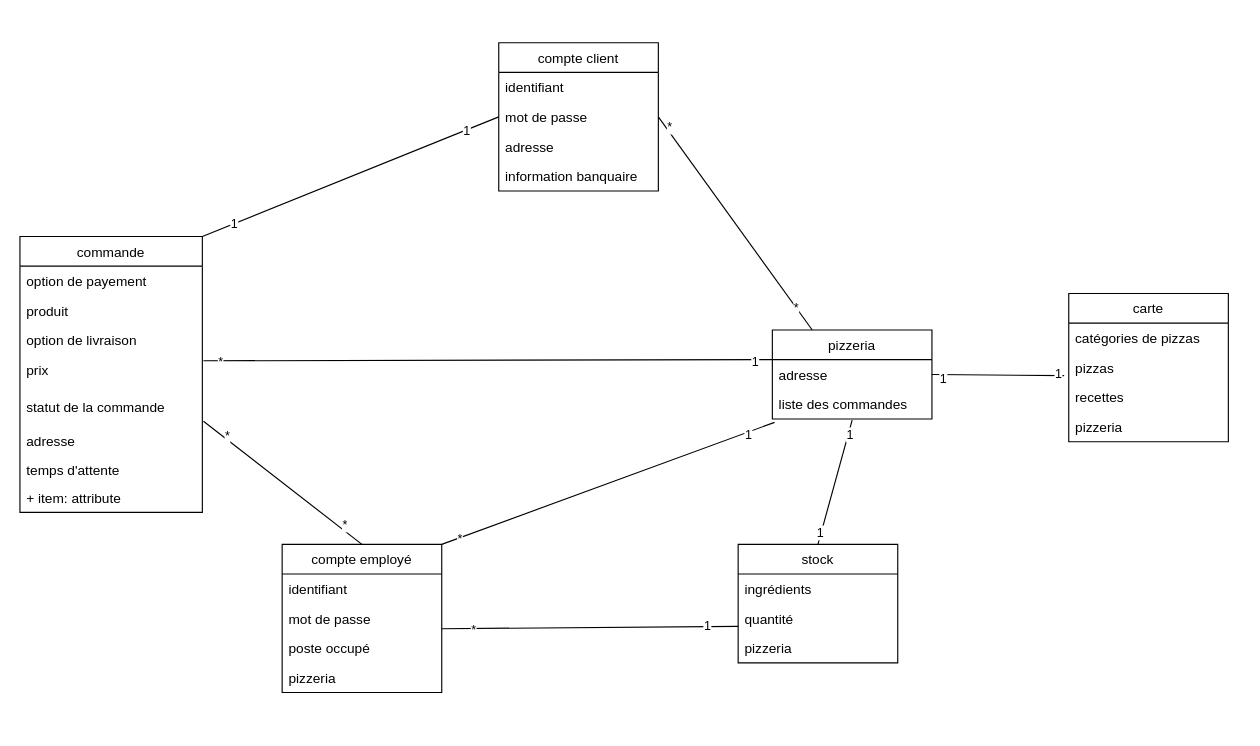
Above: page "diagramme de classe" (8 of 13) of diagrammes réunis.drawio in robindauteuil/Diagramme_UML (draw.io), before the change. Source tidied: cells renumbered, new cells numbered last; positions are measured from the earlier drawing's top-left corner, leaving out a move shared by most shapes. Both pictures are drawn from the tidied source at 114%, with x=0, y=0 at pixel (19, 42).
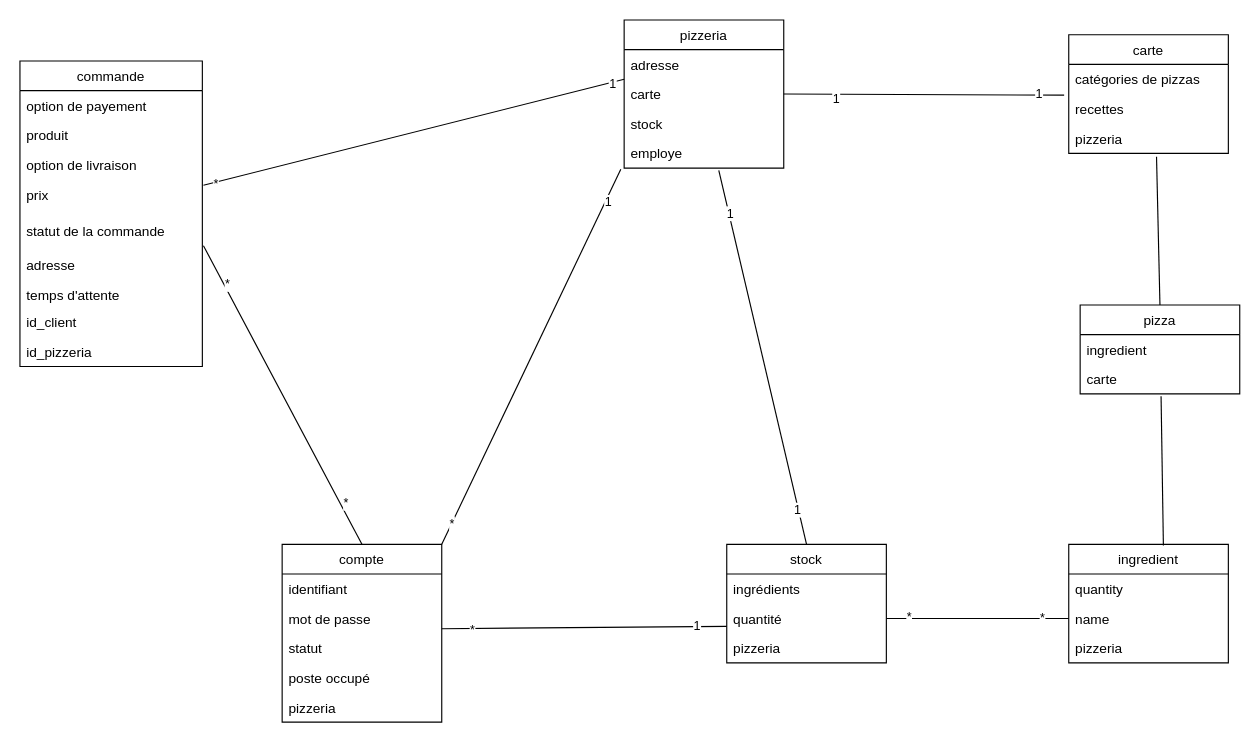
The same diagram, later.

Unchanged cells that the change refers to:
```xml
<mxCell id="26" value="quantité" style="text;strokeColor=none;fillColor=none;align=left;verticalAlign=top;spacingLeft=4;spacingRight=4;overflow=hidden;points=[[0,0.5],[1,0.5]];portConstraint=eastwest;" parent="24" vertex="1">
  <mxGeometry y="52" width="140" height="26" as="geometry" />
</mxCell>
```

What changed in the source:
```diff
@@
     <mxCell id="2" value="commande" style="swimlane;fontStyle=0;horizontal=1;startSize=26;fillColor=none;" parent="1" vertex="1">
-      <mxGeometry y="170" width="160" height="242" as="geometry" />
+      <mxGeometry y="16" width="160" height="268" as="geometry" />
     </mxCell>
@@
-    <mxCell id="10" value="+ item: attribute" style="text;strokeColor=none;fillColor=none;align=left;verticalAlign=top;spacingLeft=4;spacingRight=4;overflow=hidden;" parent="2" vertex="1">
+    <mxCell id="10" value="id_client" style="text;strokeColor=none;fillColor=none;align=left;verticalAlign=top;spacingLeft=4;spacingRight=4;overflow=hidden;" parent="2" vertex="1">
       <mxGeometry y="216" width="160" height="26" as="geometry" />
     </mxCell>
-    <mxCell id="11" value="compte client" style="swimlane;fontStyle=0;horizontal=1;startSize=26;fillColor=none;" parent="1" vertex="1">
-      <mxGeometry x="420" width="140" height="130" as="geometry" />
-    </mxCell>
-    <mxCell id="12" value="identifiant" style="text;strokeColor=none;fillColor=none;align=left;verticalAlign=top;spacingLeft=4;spacingRight=4;overflow=hidden;" parent="11" vertex="1">
-      <mxGeometry y="26" width="140" height="26" as="geometry" />
-    </mxCell>
-    <mxCell id="13" value="mot de passe " style="text;strokeColor=none;fillColor=none;align=left;verticalAlign=top;spacingLeft=4;spacingRight=4;overflow=hidden;points=[[0,0.5],[1,0.5]];portConstraint=eastwest;" parent="11" vertex="1">
-      <mxGeometry y="52" width="140" height="26" as="geometry" />
-    </mxCell>
+    <mxCell id="56" value="id_pizzeria" style="text;strokeColor=none;fillColor=none;align=left;verticalAlign=top;spacingLeft=4;spacingRight=4;overflow=hidden;" parent="2" vertex="1">
+      <mxGeometry y="242" width="160" height="26" as="geometry" />
+    </mxCell>
+    <mxCell id="16" value="pizzeria" style="swimlane;fontStyle=0;horizontal=1;startSize=26;fillColor=none;" parent="1" vertex="1">
+      <mxGeometry x="530" y="-20" width="140" height="130" as="geometry" />
+    </mxCell>
-    <mxCell id="14" value="adresse" style="text;strokeColor=none;fillColor=none;align=left;verticalAlign=top;spacingLeft=4;spacingRight=4;overflow=hidden;" parent="11" vertex="1">
-      <mxGeometry y="78" width="140" height="26" as="geometry" />
+    <mxCell id="14" value="adresse" style="text;strokeColor=none;fillColor=none;align=left;verticalAlign=top;spacingLeft=4;spacingRight=4;overflow=hidden;" parent="16" vertex="1">
+      <mxGeometry y="26" width="140" height="26" as="geometry" />
     </mxCell>
-    <mxCell id="15" value="information banquaire" style="text;strokeColor=none;fillColor=none;align=left;verticalAlign=top;spacingLeft=4;spacingRight=4;overflow=hidden;" parent="11" vertex="1">
-      <mxGeometry y="104" width="140" height="26" as="geometry" />
-    </mxCell>
-    <mxCell id="16" value="pizzeria" style="swimlane;fontStyle=0;horizontal=1;startSize=26;fillColor=none;" parent="1" vertex="1">
-      <mxGeometry x="660" y="252" width="140" height="78" as="geometry" />
-    </mxCell>
-    <mxCell id="17" value="adresse" style="text;strokeColor=none;fillColor=none;align=left;verticalAlign=top;spacingLeft=4;spacingRight=4;overflow=hidden;points=[[0,0.5],[1,0.5]];portConstraint=eastwest;" parent="16" vertex="1">
-      <mxGeometry y="26" width="140" height="26" as="geometry" />
+    <mxCell id="17" value="carte" style="text;strokeColor=none;fillColor=none;align=left;verticalAlign=top;spacingLeft=4;spacingRight=4;overflow=hidden;points=[[0,0.5],[1,0.5]];portConstraint=eastwest;" parent="16" vertex="1">
+      <mxGeometry y="52" width="140" height="26" as="geometry" />
     </mxCell>
-    <mxCell id="18" value="liste des commandes" style="text;strokeColor=none;fillColor=none;align=left;verticalAlign=top;spacingLeft=4;spacingRight=4;overflow=hidden;points=[[0,0.5],[1,0.5]];portConstraint=eastwest;" parent="16" vertex="1">
-      <mxGeometry y="52" width="140" height="26" as="geometry" />
-    </mxCell>
+    <mxCell id="57" value="stock" style="text;strokeColor=none;fillColor=none;align=left;verticalAlign=top;spacingLeft=4;spacingRight=4;overflow=hidden;" parent="16" vertex="1">
+      <mxGeometry y="78" width="140" height="26" as="geometry" />
+    </mxCell>
+    <mxCell id="58" value="employe" style="text;strokeColor=none;fillColor=none;align=left;verticalAlign=top;spacingLeft=4;spacingRight=4;overflow=hidden;points=[[0,0.5],[1,0.5]];portConstraint=eastwest;" parent="16" vertex="1">
+      <mxGeometry y="104" width="140" height="26" as="geometry" />
+    </mxCell>
-    <mxCell id="19" value="compte employé" style="swimlane;fontStyle=0;horizontal=1;startSize=26;fillColor=none;" parent="1" vertex="1">
-      <mxGeometry x="230" y="440" width="140" height="130" as="geometry" />
+    <mxCell id="19" value="compte" style="swimlane;fontStyle=0;horizontal=1;startSize=26;fillColor=none;" parent="1" vertex="1">
+      <mxGeometry x="230" y="440" width="140" height="156" as="geometry" />
     </mxCell>
@@
+    <mxCell id="59" value="statut" style="text;strokeColor=none;fillColor=none;align=left;verticalAlign=top;spacingLeft=4;spacingRight=4;overflow=hidden;" parent="19" vertex="1">
+      <mxGeometry y="78" width="140" height="26" as="geometry" />
+    </mxCell>
     <mxCell id="22" value="poste occupé" style="text;strokeColor=none;fillColor=none;align=left;verticalAlign=top;spacingLeft=4;spacingRight=4;overflow=hidden;" parent="19" vertex="1">
-      <mxGeometry y="78" width="140" height="26" as="geometry" />
+      <mxGeometry y="104" width="140" height="26" as="geometry" />
     </mxCell>
     <mxCell id="23" value="pizzeria" style="text;strokeColor=none;fillColor=none;align=left;verticalAlign=top;spacingLeft=4;spacingRight=4;overflow=hidden;" parent="19" vertex="1">
-      <mxGeometry y="104" width="140" height="26" as="geometry" />
+      <mxGeometry y="130" width="140" height="26" as="geometry" />
     </mxCell>
     <mxCell id="24" value="stock" style="swimlane;fontStyle=0;horizontal=1;startSize=26;fillColor=none;" parent="1" vertex="1">
-      <mxGeometry x="630" y="440" width="140" height="104" as="geometry" />
+      <mxGeometry x="620" y="440" width="140" height="104" as="geometry" />
     </mxCell>
@@
-    <mxCell id="31" style="endArrow=none;html=1;exitX=0.5;exitY=0;exitDx=0;exitDy=0;entryX=0.5;entryY=1.038;entryDx=0;entryDy=0;entryPerimeter=0;" parent="1" edge="1" source="24" target="18">
+    <mxCell id="31" style="endArrow=none;html=1;exitX=0.5;exitY=0;exitDx=0;exitDy=0;entryX=0.593;entryY=1.077;entryDx=0;entryDy=0;entryPerimeter=0;" parent="1" edge="1" source="24" target="58">
       <mxGeometry relative="1" as="geometry" />
     </mxCell>
@@
-    <mxCell id="37" style="endArrow=none;html=1;exitX=0;exitY=0.5;exitDx=0;exitDy=0;entryX=1;entryY=0;entryDx=0;entryDy=0;" parent="1" edge="1" source="13" target="2">
-      <mxGeometry relative="1" as="geometry" />
-    </mxCell>
-    <mxCell id="38" value="1" style="edgeLabel;html=1;align=center;verticalAlign=middle;" parent="37" vertex="1">
-      <mxGeometry x="0.78" y="-1" relative="1" as="geometry">
-        <mxPoint y="1" as="offset" />
-      </mxGeometry>
-    </mxCell>
-    <mxCell id="39" value="1" style="edgeLabel;html=1;align=center;verticalAlign=middle;" parent="37" vertex="1">
-      <mxGeometry x="-0.78" relative="1" as="geometry" />
-    </mxCell>
-    <mxCell id="40" value="*" style="endArrow=none;html=1;entryX=1;entryY=0.5;entryDx=0;entryDy=0;exitX=0.25;exitY=0;exitDx=0;exitDy=0;" parent="1" edge="1" source="16" target="13">
-      <mxGeometry x="0.88" y="-3" relative="1" as="geometry" />
-    </mxCell>
-    <mxCell id="41" value="*" style="edgeLabel;html=1;align=center;verticalAlign=middle;" parent="40" vertex="1">
-      <mxGeometry x="-0.79" relative="1" as="geometry" />
-    </mxCell>
@@
-    <mxCell id="45" style="endArrow=none;html=1;exitX=1;exitY=0;exitDx=0;exitDy=0;entryX=0.014;entryY=1.115;entryDx=0;entryDy=0;entryPerimeter=0;" parent="1" edge="1" source="19" target="18">
+    <mxCell id="45" style="endArrow=none;html=1;exitX=1;exitY=0;exitDx=0;exitDy=0;entryX=-0.021;entryY=1.038;entryDx=0;entryDy=0;entryPerimeter=0;" parent="1" edge="1" source="19" target="58">
       <mxGeometry relative="1" as="geometry" />
     </mxCell>
@@
     <mxCell id="48" value="carte" style="swimlane;fontStyle=0;horizontal=1;startSize=26;fillColor=none;" parent="1" vertex="1">
-      <mxGeometry x="920" y="220" width="140" height="130" as="geometry" />
+      <mxGeometry x="920" y="-7" width="140" height="104" as="geometry" />
     </mxCell>
@@
-    <mxCell id="50" value="pizzas" style="text;strokeColor=none;fillColor=none;align=left;verticalAlign=top;spacingLeft=4;spacingRight=4;overflow=hidden;points=[[0,0.5],[1,0.5]];portConstraint=eastwest;" parent="48" vertex="1">
-      <mxGeometry y="52" width="140" height="26" as="geometry" />
-    </mxCell>
     <mxCell id="51" value="recettes" style="text;strokeColor=none;fillColor=none;align=left;verticalAlign=top;spacingLeft=4;spacingRight=4;overflow=hidden;points=[[0,0.5],[1,0.5]];portConstraint=eastwest;" parent="48" vertex="1">
-      <mxGeometry y="78" width="140" height="26" as="geometry" />
+      <mxGeometry y="52" width="140" height="26" as="geometry" />
     </mxCell>
     <mxCell id="52" value="pizzeria" style="text;strokeColor=none;fillColor=none;align=left;verticalAlign=top;spacingLeft=4;spacingRight=4;overflow=hidden;points=[[0,0.5],[1,0.5]];portConstraint=eastwest;" parent="48" vertex="1">
-      <mxGeometry y="104" width="140" height="26" as="geometry" />
+      <mxGeometry y="78" width="140" height="26" as="geometry" />
     </mxCell>
-    <mxCell id="53" style="endArrow=none;html=1;rounded=0;entryX=-0.029;entryY=0.769;entryDx=0;entryDy=0;entryPerimeter=0;exitX=1;exitY=0.5;exitDx=0;exitDy=0;" parent="1" edge="1" source="16" target="50">
+    <mxCell id="53" style="endArrow=none;html=1;rounded=0;exitX=1;exitY=0.5;exitDx=0;exitDy=0;entryX=-0.029;entryY=0.038;entryDx=0;entryDy=0;entryPerimeter=0;" parent="1" edge="1" source="16" target="51">
       <mxGeometry relative="1" as="geometry" />
     </mxCell>
@@
+    <mxCell id="60" value="ingredient" style="swimlane;fontStyle=0;horizontal=1;startSize=26;fillColor=none;" parent="1" vertex="1">
+      <mxGeometry x="920" y="440" width="140" height="104" as="geometry" />
+    </mxCell>
+    <mxCell id="61" value="quantity" style="text;strokeColor=none;fillColor=none;align=left;verticalAlign=top;spacingLeft=4;spacingRight=4;overflow=hidden;" parent="60" vertex="1">
+      <mxGeometry y="26" width="140" height="26" as="geometry" />
+    </mxCell>
+    <mxCell id="62" value="name" style="text;strokeColor=none;fillColor=none;align=left;verticalAlign=top;spacingLeft=4;spacingRight=4;overflow=hidden;points=[[0,0.5],[1,0.5]];portConstraint=eastwest;" parent="60" vertex="1">
+      <mxGeometry y="52" width="140" height="26" as="geometry" />
+    </mxCell>
+    <mxCell id="63" value="pizzeria" style="text;strokeColor=none;fillColor=none;align=left;verticalAlign=top;spacingLeft=4;spacingRight=4;overflow=hidden;" parent="60" vertex="1">
+      <mxGeometry y="78" width="140" height="26" as="geometry" />
+    </mxCell>
+    <mxCell id="64" value="pizza" style="swimlane;fontStyle=0;horizontal=1;startSize=26;fillColor=none;" parent="1" vertex="1">
+      <mxGeometry x="930" y="230" width="140" height="78" as="geometry" />
+    </mxCell>
+    <mxCell id="65" value="ingredient" style="text;strokeColor=none;fillColor=none;align=left;verticalAlign=top;spacingLeft=4;spacingRight=4;overflow=hidden;" parent="64" vertex="1">
+      <mxGeometry y="26" width="140" height="26" as="geometry" />
+    </mxCell>
+    <mxCell id="66" value="carte" style="text;strokeColor=none;fillColor=none;align=left;verticalAlign=top;spacingLeft=4;spacingRight=4;overflow=hidden;points=[[0,0.5],[1,0.5]];portConstraint=eastwest;" parent="64" vertex="1">
+      <mxGeometry y="52" width="140" height="26" as="geometry" />
+    </mxCell>
+    <mxCell id="40" value="*" style="endArrow=none;html=1;rounded=0;exitX=1;exitY=0.5;exitDx=0;exitDy=0;" parent="1" edge="1" source="26" target="62">
+      <mxGeometry x="0.71" relative="1" as="geometry" />
+    </mxCell>
+    <mxCell id="41" value="*" style="edgeLabel;html=1;align=center;verticalAlign=middle;" parent="40" vertex="1">
+      <mxGeometry x="-0.76" y="2" relative="1" as="geometry" />
+    </mxCell>
+    <mxCell id="67" style="endArrow=none;html=1;rounded=0;entryX=0.55;entryY=1.115;entryDx=0;entryDy=0;entryPerimeter=0;exitX=0.5;exitY=0;exitDx=0;exitDy=0;" parent="1" edge="1" source="64" target="52">
+      <mxGeometry relative="1" as="geometry" />
+    </mxCell>
+    <mxCell id="68" style="endArrow=none;html=1;rounded=0;entryX=0.507;entryY=1.077;entryDx=0;entryDy=0;entryPerimeter=0;exitX=0.593;exitY=0.01;exitDx=0;exitDy=0;exitPerimeter=0;" parent="1" edge="1" source="60" target="66">
+      <mxGeometry relative="1" as="geometry" />
+    </mxCell>
```
